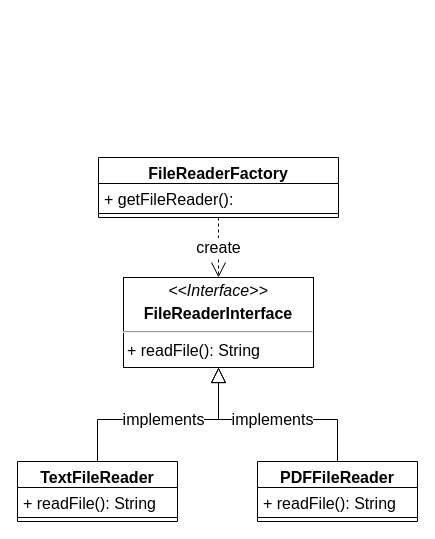
Above: page "FileReaderFactory" (3 of 3) of report/diagrams/URL_Archiver_Class_Diagram.drawio in devobern/URL-Archiver (draw.io), before the change. Source tidied: cells renumbered, new cells numbered last; positions are measured from the earlier drawing's top-left corner, leaving out a move shared by most shapes. Both pictures are drawn from the tidied source at 100%, with x=0, y=0 at pixel (17, 157).
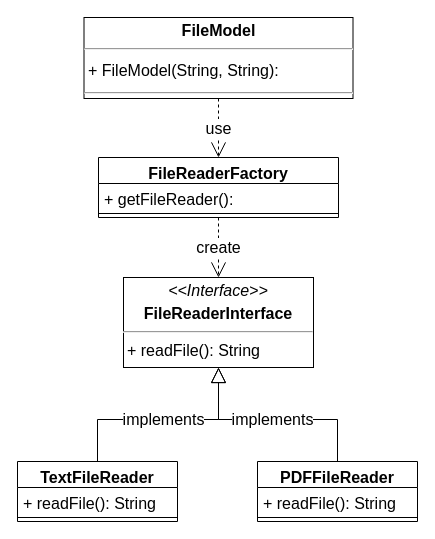
Above is the later version.

What changed in the source:
```diff
@@
 <mxGraphModel>
   <root>
     <mxCell id="0" />
     <mxCell id="1" parent="0" />
     <mxCell id="2" value="&lt;p style=&quot;margin: 4px 0px 0px; text-align: center; font-size: 16px;&quot;&gt;&lt;i style=&quot;font-size: 16px;&quot;&gt;&amp;lt;&amp;lt;Interface&amp;gt;&amp;gt;&lt;/i&gt;&lt;/p&gt;&lt;p style=&quot;margin: 4px 0px 0px; text-align: center; font-size: 16px;&quot;&gt;&lt;b style=&quot;font-size: 16px;&quot;&gt;FileReaderInterface&lt;/b&gt;&lt;br style=&quot;font-size: 16px;&quot;&gt;&lt;/p&gt;&lt;hr style=&quot;font-size: 16px;&quot;&gt;&lt;p style=&quot;margin: 0px 0px 0px 4px; font-size: 16px;&quot;&gt;+ readFile(): String&lt;br style=&quot;font-size: 16px;&quot;&gt;&lt;/p&gt;&lt;hr style=&quot;font-size: 16px;&quot;&gt;&lt;p style=&quot;margin: 0px 0px 0px 4px; font-size: 16px;&quot;&gt;&lt;br style=&quot;font-size: 16px;&quot;&gt;&lt;/p&gt;" style="verticalAlign=top;align=left;overflow=fill;fontSize=16;fontFamily=Helvetica;html=1;whiteSpace=wrap;" parent="1" vertex="1">
       <mxGeometry x="106" y="120" width="190" height="90" as="geometry" />
     </mxCell>
     <mxCell id="3" value="implements" style="edgeStyle=orthogonalEdgeStyle;rounded=0;jettySize=auto;html=1;exitX=0.5;exitY=0;exitDx=0;exitDy=0;endArrow=block;endFill=0;endSize=13;startSize=13;fontSize=16;" parent="1" edge="1" source="4" target="2">
       <mxGeometry relative="1" as="geometry" />
     </mxCell>
     <mxCell id="4" value="TextFileReader" style="swimlane;fontStyle=1;align=center;verticalAlign=top;horizontal=1;startSize=26;whiteSpace=wrap;html=1;fontSize=16;" parent="1" vertex="1">
       <mxGeometry y="304" width="160" height="60" as="geometry" />
     </mxCell>
     <mxCell id="5" value="+ readFile(): String" style="text;strokeColor=none;fillColor=none;align=left;verticalAlign=top;spacingLeft=4;spacingRight=4;overflow=hidden;whiteSpace=wrap;html=1;fontSize=16;" parent="4" vertex="1">
       <mxGeometry y="26" width="160" height="26" as="geometry" />
     </mxCell>
     <mxCell id="6" style="line;strokeWidth=1;fillColor=none;align=left;verticalAlign=middle;spacingTop=-1;spacingLeft=3;spacingRight=3;labelPosition=right;strokeColor=inherit;fontSize=16;" parent="4" vertex="1">
       <mxGeometry y="52" width="160" height="8" as="geometry" />
     </mxCell>
     <mxCell id="7" value="implements" style="edgeStyle=orthogonalEdgeStyle;rounded=0;jettySize=auto;html=1;exitX=0.5;exitY=0;exitDx=0;exitDy=0;endArrow=block;endFill=0;endSize=13;startSize=13;fontSize=16;" parent="1" edge="1" source="8" target="2">
       <mxGeometry relative="1" as="geometry" />
     </mxCell>
     <mxCell id="8" value="PDFFileReader" style="swimlane;fontStyle=1;align=center;verticalAlign=top;horizontal=1;startSize=26;whiteSpace=wrap;html=1;fontSize=16;" parent="1" vertex="1">
       <mxGeometry x="240" y="304" width="160" height="60" as="geometry" />
     </mxCell>
     <mxCell id="9" value="+ readFile(): String" style="text;strokeColor=none;fillColor=none;align=left;verticalAlign=top;spacingLeft=4;spacingRight=4;overflow=hidden;whiteSpace=wrap;html=1;fontSize=16;" parent="8" vertex="1">
       <mxGeometry y="26" width="160" height="26" as="geometry" />
     </mxCell>
     <mxCell id="10" style="line;strokeWidth=1;fillColor=none;align=left;verticalAlign=middle;spacingTop=-1;spacingLeft=3;spacingRight=3;labelPosition=right;strokeColor=inherit;fontSize=16;" parent="8" vertex="1">
       <mxGeometry y="52" width="160" height="8" as="geometry" />
     </mxCell>
     <mxCell id="11" value="create" style="edgeStyle=orthogonalEdgeStyle;rounded=0;jettySize=auto;html=1;exitX=0.5;exitY=1;exitDx=0;exitDy=0;entryX=0.5;entryY=0;entryDx=0;entryDy=0;endArrow=open;endFill=0;dashed=1;endSize=13;startSize=13;fontSize=16;" parent="1" edge="1" source="12" target="2">
       <mxGeometry relative="1" as="geometry" />
     </mxCell>
     <mxCell id="12" value="FileReaderFactory" style="swimlane;fontStyle=1;align=center;verticalAlign=top;horizontal=1;startSize=26;whiteSpace=wrap;html=1;fontSize=16;" parent="1" vertex="1">
       <mxGeometry x="81" width="240" height="60" as="geometry" />
     </mxCell>
     <mxCell id="13" value="+ getFileReader(): FileReaderInterface" style="text;strokeColor=none;fillColor=none;align=left;verticalAlign=top;spacingLeft=4;spacingRight=4;overflow=hidden;whiteSpace=wrap;html=1;fontSize=16;" parent="12" vertex="1">
       <mxGeometry y="26" width="240" height="26" as="geometry" />
     </mxCell>
     <mxCell id="14" style="line;strokeWidth=1;fillColor=none;align=left;verticalAlign=middle;spacingTop=-1;spacingLeft=3;spacingRight=3;labelPosition=right;strokeColor=inherit;fontSize=16;" parent="12" vertex="1">
       <mxGeometry y="52" width="240" height="8" as="geometry" />
     </mxCell>
+    <mxCell id="15" value="use" style="edgeStyle=orthogonalEdgeStyle;rounded=0;jettySize=auto;html=1;dashed=1;endArrow=open;endFill=0;endSize=13;startSize=13;fontSize=16;" parent="1" edge="1" source="16" target="12">
+      <mxGeometry relative="1" as="geometry" />
+    </mxCell>
+    <mxCell id="16" value="&lt;p style=&quot;margin: 4px 0px 0px; text-align: center; font-size: 16px;&quot;&gt;&lt;b style=&quot;font-size: 16px;&quot;&gt;FileModel&lt;/b&gt;&lt;/p&gt;&lt;hr style=&quot;font-size: 16px;&quot;&gt;&lt;p style=&quot;margin: 0px 0px 0px 4px; line-height: 1.6; font-size: 16px;&quot;&gt;+ FileModel(String, String): &lt;/p&gt;&lt;hr style=&quot;font-size: 16px;&quot;&gt;" style="verticalAlign=top;align=left;overflow=fill;fontSize=16;fontFamily=Helvetica;html=1;rounded=0;shadow=0;comic=0;labelBackgroundColor=none;strokeWidth=1;" parent="1" vertex="1">
+      <mxGeometry x="66.5" y="-140" width="269" height="81" as="geometry" />
+    </mxCell>
   </root>
 </mxGraphModel>
```
